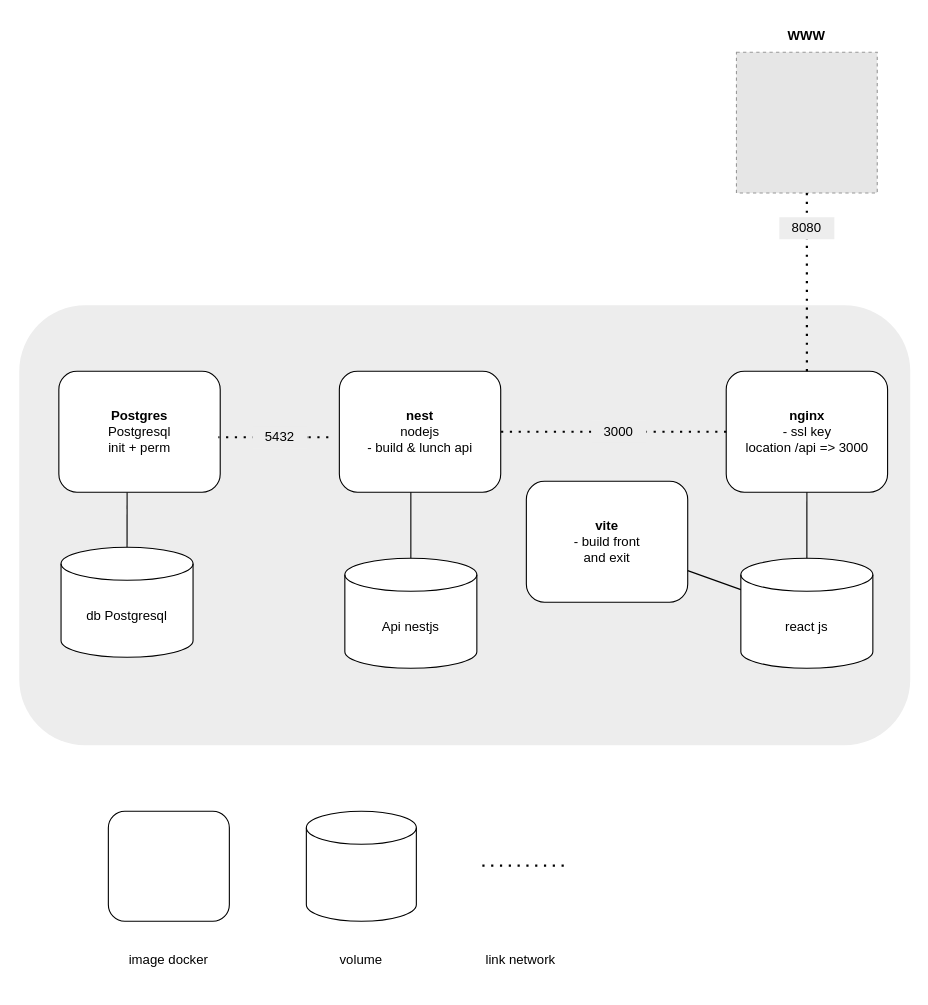
The draw.io diagram info/stack_docker.drawio in fleblay/42-ft_transcendence, before the edit. Source tidied: cells renumbered, new cells numbered last; positions are measured from the earlier drawing's top-left corner, leaving out a move shared by most shapes. Both pictures are drawn from the tidied source at 110%, with x=0, y=0 at pixel (19, 19). Pictures stored in the file or linked from it are replaced by grey dashed boxes.
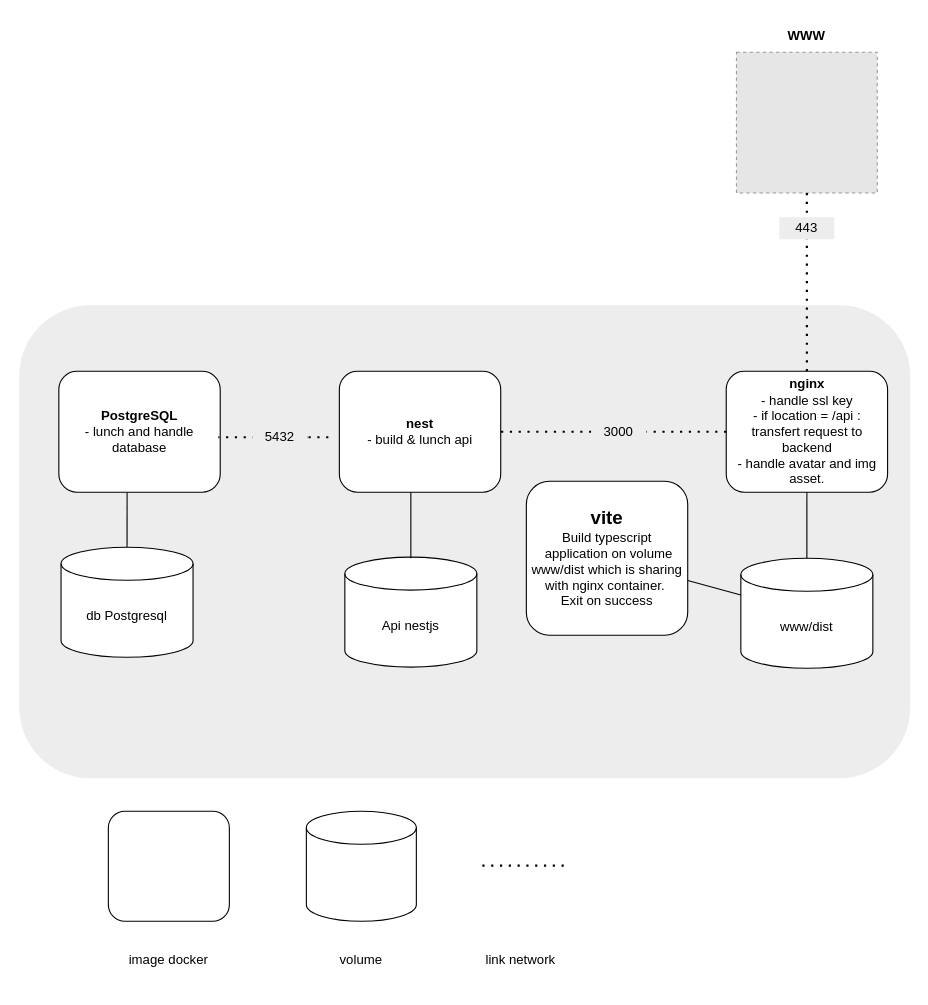
Above is the later version.

Commit message:
Mettre à jour stack_docker.drawio

Diff of the diagram source:
```diff
@@
     <mxCell id="2" style="rounded=1;whiteSpace=wrap;html=1;fillColor=#EDEDED;strokeColor=none;" parent="1" vertex="1">
-      <mxGeometry y="260" width="810" height="400" as="geometry" />
+      <mxGeometry y="260" width="810" height="430" as="geometry" />
     </mxCell>
-    <mxCell id="3" value="&lt;b&gt;nginx&lt;/b&gt;&lt;br&gt;- ssl key&lt;br&gt;location /api =&amp;gt; 3000" style="rounded=1;whiteSpace=wrap;html=1;" parent="1" vertex="1">
+    <mxCell id="3" value="&lt;b&gt;nginx&lt;/b&gt;&lt;br&gt;- handle ssl key&lt;br&gt;- if location = /api :&lt;br&gt;transfert request to backend&lt;br&gt;- handle avatar and img asset." style="rounded=1;whiteSpace=wrap;html=1;" parent="1" vertex="1">
       <mxGeometry x="642.7" y="320" width="146.7" height="110" as="geometry" />
     </mxCell>
@@
-    <mxCell id="7" value="&lt;b&gt;nest&lt;br&gt;&lt;/b&gt;nodejs&lt;br&gt;- build &amp;amp; lunch api" style="rounded=1;whiteSpace=wrap;html=1;" parent="1" vertex="1">
+    <mxCell id="7" value="&lt;b&gt;nest&lt;br&gt;&lt;/b&gt;- build &amp;amp; lunch api" style="rounded=1;whiteSpace=wrap;html=1;" parent="1" vertex="1">
       <mxGeometry x="291" y="320" width="146.7" height="110" as="geometry" />
     </mxCell>
@@
-    <mxCell id="15" value="8080" style="rounded=0;whiteSpace=wrap;html=1;fillColor=#ededed;strokeColor=none;" parent="1" vertex="1">
+    <mxCell id="15" value="443" style="rounded=0;whiteSpace=wrap;html=1;fillColor=#ededed;strokeColor=none;" parent="1" vertex="1">
       <mxGeometry x="691" y="180" width="50" height="20" as="geometry" />
     </mxCell>
@@
-    <mxCell id="17" value="react js" style="shape=cylinder3;whiteSpace=wrap;html=1;boundedLbl=1;backgroundOutline=1;size=15;" parent="1" vertex="1">
+    <mxCell id="17" value="www/dist" style="shape=cylinder3;whiteSpace=wrap;html=1;boundedLbl=1;backgroundOutline=1;size=15;" parent="1" vertex="1">
       <mxGeometry x="656" y="490" width="120" height="100" as="geometry" />
     </mxCell>
@@
     <mxCell id="20" value="Api nestjs" style="shape=cylinder3;whiteSpace=wrap;html=1;boundedLbl=1;backgroundOutline=1;size=15;" parent="1" vertex="1">
-      <mxGeometry x="296" y="490" width="120" height="100" as="geometry" />
+      <mxGeometry x="296" y="489" width="120" height="100" as="geometry" />
     </mxCell>
@@
-    <mxCell id="22" value="&lt;b&gt;Postgres&lt;br&gt;&lt;/b&gt;Postgresql&lt;br&gt;init + perm" style="rounded=1;whiteSpace=wrap;html=1;" parent="1" vertex="1">
+    <mxCell id="22" value="&lt;b&gt;PostgreSQL&lt;br&gt;&lt;/b&gt;- lunch and handle database" style="rounded=1;whiteSpace=wrap;html=1;" parent="1" vertex="1">
       <mxGeometry x="36" y="320" width="146.7" height="110" as="geometry" />
     </mxCell>
@@
-    <mxCell id="28" value="&lt;b&gt;vite&lt;br&gt;&lt;/b&gt;- build front&lt;br&gt;and exit" style="rounded=1;whiteSpace=wrap;html=1;" parent="1" vertex="1">
-      <mxGeometry x="461" y="420" width="146.7" height="110" as="geometry" />
+    <mxCell id="28" value="&lt;b style=&quot;font-size: 17px;&quot;&gt;vite&lt;br&gt;&lt;/b&gt;Build typescript&lt;br&gt;&amp;nbsp;application on volume&lt;br&gt;www/dist which is sharing with nginx container.&amp;nbsp;&lt;br&gt;Exit on success" style="rounded=1;whiteSpace=wrap;html=1;" parent="1" vertex="1">
+      <mxGeometry x="461" y="420" width="146.7" height="140" as="geometry" />
     </mxCell>
```
